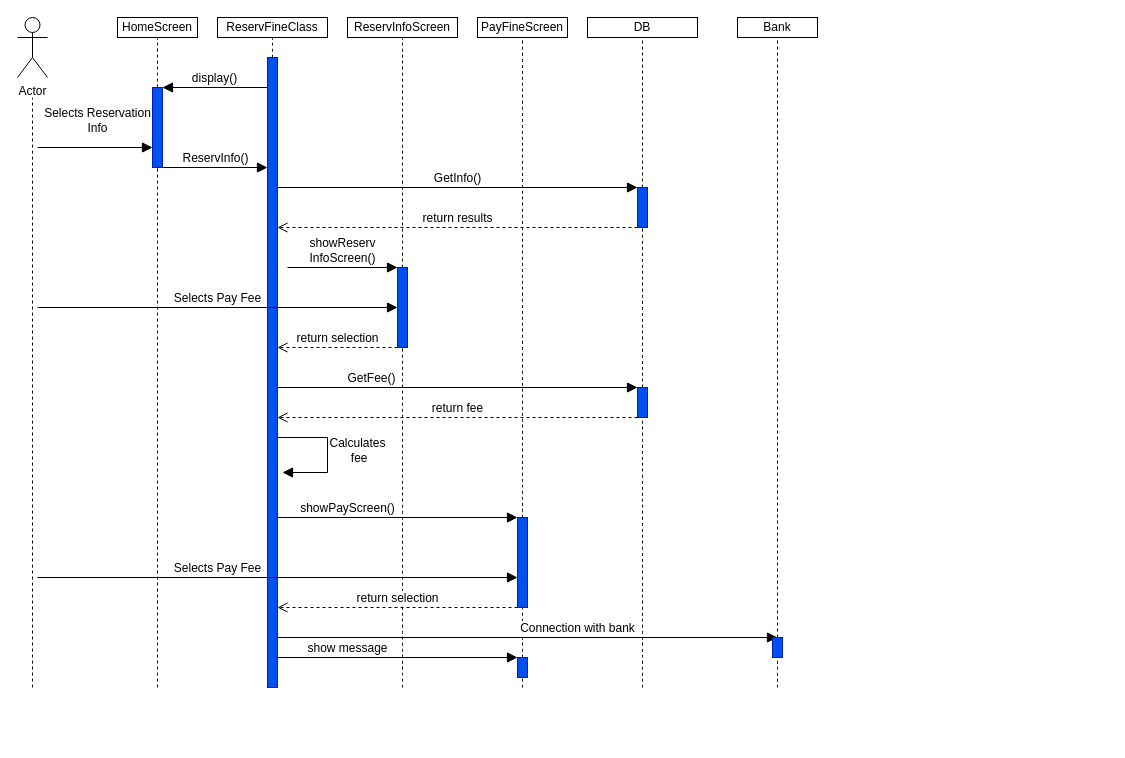
EliasPapagelis/Smart-Park-TL keeps this draw.io diagram as SEQUENCE/Reservation Fine sequence.drawio. Above is the earlier version. Source tidied: cells renumbered, new cells numbered last; positions are measured from the earlier drawing's top-left corner, leaving out a move shared by most shapes. Both pictures are drawn from the tidied source at 100%, with x=0, y=0 at pixel (17, 17).
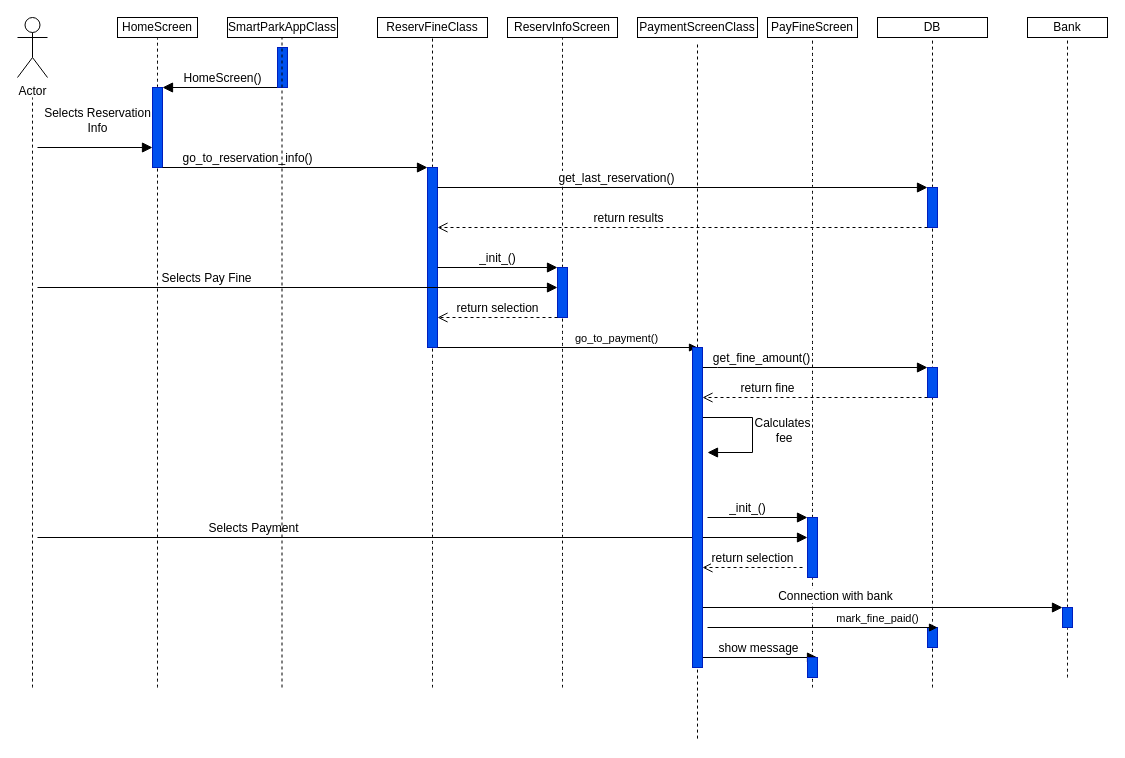
Above is the later version.

The change refers to these unchanged cells:
```xml
<mxCell id="15" style="html=1;points=[[0,0,0,0,5],[0,1,0,0,-5],[1,0,0,0,5],[1,1,0,0,-5]];perimeter=orthogonalPerimeter;outlineConnect=0;targetShapes=umlLifeline;portConstraint=eastwest;newEdgeStyle={&quot;curved&quot;:0,&quot;rounded&quot;:0};fillColor=#0050ef;fontColor=#ffffff;strokeColor=#001DBC;" parent="1" vertex="1">
  <mxGeometry x="135" y="70" width="10" height="80" as="geometry" />
</mxCell>
```

What changed in the source:
```diff
@@
     <mxCell id="7" value="ReservFineClass" style="rounded=0;whiteSpace=wrap;html=1;" parent="1" vertex="1">
-      <mxGeometry x="200" width="110" height="20" as="geometry" />
+      <mxGeometry x="360" width="110" height="20" as="geometry" />
     </mxCell>
@@
     <mxCell id="9" value="ReservInfoScreen" style="rounded=0;whiteSpace=wrap;html=1;" parent="1" vertex="1">
-      <mxGeometry x="330" width="110" height="20" as="geometry" />
+      <mxGeometry x="490" width="110" height="20" as="geometry" />
     </mxCell>
@@
     <mxCell id="11" value="PayFineScreen" style="rounded=0;whiteSpace=wrap;html=1;" parent="1" vertex="1">
-      <mxGeometry x="460" width="90" height="20" as="geometry" />
+      <mxGeometry x="750" width="90" height="20" as="geometry" />
     </mxCell>
@@
     <mxCell id="13" value="DB" style="rounded=0;whiteSpace=wrap;html=1;" parent="1" vertex="1">
-      <mxGeometry x="570" width="110" height="20" as="geometry" />
+      <mxGeometry x="860" width="110" height="20" as="geometry" />
     </mxCell>
@@
     <mxCell id="16" style="endArrow=none;dashed=1;html=1;rounded=0;fontSize=12;startSize=8;endSize=8;curved=1;" parent="1" edge="1" target="17">
       <mxGeometry relative="1" as="geometry">
-        <mxPoint x="255" y="670" as="sourcePoint" />
+        <mxPoint x="415" y="670" as="sourcePoint" />
       </mxGeometry>
     </mxCell>
     <mxCell id="17" style="html=1;points=[[0,0,0,0,5],[0,1,0,0,-5],[1,0,0,0,5],[1,1,0,0,-5]];perimeter=orthogonalPerimeter;outlineConnect=0;targetShapes=umlLifeline;portConstraint=eastwest;newEdgeStyle={&quot;curved&quot;:0,&quot;rounded&quot;:0};fillColor=#0050ef;fontColor=#ffffff;strokeColor=#001DBC;" parent="1" vertex="1">
-      <mxGeometry x="250" y="40" width="10" height="630" as="geometry" />
+      <mxGeometry x="410" y="150" width="10" height="180" as="geometry" />
     </mxCell>
     <mxCell id="18" style="endArrow=none;dashed=1;html=1;rounded=0;fontSize=12;startSize=8;endSize=8;curved=1;" parent="1" edge="1" target="19">
       <mxGeometry relative="1" as="geometry">
-        <mxPoint x="385" y="670" as="sourcePoint" />
+        <mxPoint x="545" y="670" as="sourcePoint" />
       </mxGeometry>
     </mxCell>
     <mxCell id="19" style="html=1;points=[[0,0,0,0,5],[0,1,0,0,-5],[1,0,0,0,5],[1,1,0,0,-5]];perimeter=orthogonalPerimeter;outlineConnect=0;targetShapes=umlLifeline;portConstraint=eastwest;newEdgeStyle={&quot;curved&quot;:0,&quot;rounded&quot;:0};fillColor=#0050ef;fontColor=#ffffff;strokeColor=#001DBC;" parent="1" vertex="1">
-      <mxGeometry x="380" y="250" width="10" height="80" as="geometry" />
+      <mxGeometry x="540" y="250" width="10" height="50" as="geometry" />
     </mxCell>
     <mxCell id="20" style="endArrow=none;dashed=1;html=1;rounded=0;fontSize=12;startSize=8;endSize=8;curved=1;" parent="1" edge="1" target="21">
       <mxGeometry relative="1" as="geometry">
-        <mxPoint x="505" y="670" as="sourcePoint" />
+        <mxPoint x="795" y="670" as="sourcePoint" />
       </mxGeometry>
     </mxCell>
     <mxCell id="21" style="html=1;points=[[0,0,0,0,5],[0,1,0,0,-5],[1,0,0,0,5],[1,1,0,0,-5]];perimeter=orthogonalPerimeter;outlineConnect=0;targetShapes=umlLifeline;portConstraint=eastwest;newEdgeStyle={&quot;curved&quot;:0,&quot;rounded&quot;:0};fillColor=#0050ef;fontColor=#ffffff;strokeColor=#001DBC;" parent="1" vertex="1">
-      <mxGeometry x="500" y="500" width="10" height="90" as="geometry" />
+      <mxGeometry x="790" y="500" width="10" height="60" as="geometry" />
     </mxCell>
-    <mxCell id="22" style="endArrow=none;dashed=1;html=1;rounded=0;fontSize=12;startSize=8;endSize=8;curved=1;" parent="1" edge="1" target="23">
-      <mxGeometry relative="1" as="geometry">
-        <mxPoint x="625" y="670" as="sourcePoint" />
-      </mxGeometry>
+    <mxCell id="22" style="endArrow=none;dashed=1;html=1;rounded=0;fontSize=12;startSize=8;endSize=8;curved=1;" parent="1" edge="1" source="55" target="23">
+      <mxGeometry relative="1" as="geometry" />
     </mxCell>
     <mxCell id="23" style="html=1;points=[[0,0,0,0,5],[0,1,0,0,-5],[1,0,0,0,5],[1,1,0,0,-5]];perimeter=orthogonalPerimeter;outlineConnect=0;targetShapes=umlLifeline;portConstraint=eastwest;newEdgeStyle={&quot;curved&quot;:0,&quot;rounded&quot;:0};fillColor=#0050ef;fontColor=#ffffff;strokeColor=#001DBC;" parent="1" vertex="1">
-      <mxGeometry x="620" y="170" width="10" height="40" as="geometry" />
+      <mxGeometry x="910" y="170" width="10" height="40" as="geometry" />
     </mxCell>
@@
-    <mxCell id="25" value="display()" style="html=1;verticalAlign=bottom;endArrow=block;curved=0;rounded=0;fontSize=12;startSize=8;endSize=8;entryX=1;entryY=0;entryDx=0;entryDy=0;entryPerimeter=0;" parent="1" edge="1" target="15">
-      <mxGeometry relative="1" as="geometry">
-        <mxPoint x="250" y="70" as="sourcePoint" />
+    <mxCell id="25" value="HomeScreen()" style="html=1;verticalAlign=bottom;endArrow=block;curved=0;rounded=0;fontSize=12;startSize=8;endSize=8;entryX=1;entryY=0;entryDx=0;entryDy=0;entryPerimeter=0;" parent="1" edge="1" target="15">
+      <mxGeometry x="-0.05" relative="1" as="geometry">
+        <mxPoint x="260" y="70" as="sourcePoint" />
       </mxGeometry>
     </mxCell>
-    <mxCell id="26" value="ReservInfo()" style="html=1;verticalAlign=bottom;endArrow=block;curved=0;rounded=0;fontSize=12;startSize=8;endSize=8;" parent="1" edge="1" target="17">
-      <mxGeometry relative="1" as="geometry">
+    <mxCell id="26" value="go_to_reservation_info()" style="html=1;verticalAlign=bottom;endArrow=block;curved=0;rounded=0;fontSize=12;startSize=8;endSize=8;" parent="1" edge="1" target="17">
+      <mxGeometry x="-0.36" relative="1" as="geometry">
         <mxPoint x="145" y="150" as="sourcePoint" />
       </mxGeometry>
     </mxCell>
-    <mxCell id="27" value="GetInfo()" style="html=1;verticalAlign=bottom;endArrow=block;curved=0;rounded=0;fontSize=12;startSize=8;endSize=8;" parent="1" edge="1" target="23">
-      <mxGeometry relative="1" as="geometry">
-        <mxPoint x="260" y="170" as="sourcePoint" />
+    <mxCell id="27" value="get_last_reservation()" style="html=1;verticalAlign=bottom;endArrow=block;curved=0;rounded=0;fontSize=12;startSize=8;endSize=8;" parent="1" edge="1" target="23">
+      <mxGeometry x="-0.27" relative="1" as="geometry">
+        <mxPoint x="420" y="170" as="sourcePoint" />
       </mxGeometry>
     </mxCell>
-    <mxCell id="28" value="return results" style="html=1;verticalAlign=bottom;endArrow=open;dashed=1;endSize=8;curved=0;rounded=0;fontSize=12;" parent="1" edge="1">
-      <mxGeometry relative="1" as="geometry">
-        <mxPoint x="620" y="210" as="sourcePoint" />
-        <mxPoint x="260" y="210" as="targetPoint" />
+    <mxCell id="28" value="return results" style="html=1;verticalAlign=bottom;endArrow=open;dashed=1;endSize=8;curved=0;rounded=0;fontSize=12;" parent="1" edge="1" source="23">
+      <mxGeometry x="0.22" relative="1" as="geometry">
+        <mxPoint x="420" y="210" as="targetPoint" />
       </mxGeometry>
     </mxCell>
-    <mxCell id="29" value="showReserv&lt;div&gt;InfoScreen()&lt;/div&gt;" style="html=1;verticalAlign=bottom;endArrow=block;curved=0;rounded=0;fontSize=12;startSize=8;endSize=8;" parent="1" edge="1" target="19">
-      <mxGeometry relative="1" as="geometry">
-        <mxPoint x="270" y="250" as="sourcePoint" />
-      </mxGeometry>
+    <mxCell id="29" value="&lt;div&gt;_init_()&lt;/div&gt;" style="html=1;verticalAlign=bottom;endArrow=block;curved=0;rounded=0;fontSize=12;startSize=8;endSize=8;" parent="1" edge="1" source="17" target="19">
+      <mxGeometry relative="1" as="geometry" />
     </mxCell>
-    <mxCell id="30" value="Selects Pay Fee" style="html=1;verticalAlign=bottom;endArrow=block;curved=0;rounded=0;fontSize=12;startSize=8;endSize=8;" parent="1" edge="1" target="19">
-      <mxGeometry relative="1" as="geometry">
-        <mxPoint x="20" y="290" as="sourcePoint" />
+    <mxCell id="30" value="Selects Pay Fine" style="html=1;verticalAlign=bottom;endArrow=block;curved=0;rounded=0;fontSize=12;startSize=8;endSize=8;" parent="1" edge="1">
+      <mxGeometry x="-0.35" relative="1" as="geometry">
+        <mxPoint x="20" y="270" as="sourcePoint" />
+        <mxPoint x="540" y="270" as="targetPoint" />
       </mxGeometry>
     </mxCell>
     <mxCell id="31" style="html=1;points=[[0,0,0,0,5],[0,1,0,0,-5],[1,0,0,0,5],[1,1,0,0,-5]];perimeter=orthogonalPerimeter;outlineConnect=0;targetShapes=umlLifeline;portConstraint=eastwest;newEdgeStyle={&quot;curved&quot;:0,&quot;rounded&quot;:0};fillColor=#0050ef;fontColor=#ffffff;strokeColor=#001DBC;" parent="1" vertex="1">
-      <mxGeometry x="620" y="370" width="10" height="30" as="geometry" />
+      <mxGeometry x="910" y="350" width="10" height="30" as="geometry" />
     </mxCell>
-    <mxCell id="32" value="GetFee()" style="html=1;verticalAlign=bottom;endArrow=block;curved=0;rounded=0;fontSize=12;startSize=8;endSize=8;" parent="1" edge="1" source="17" target="31">
-      <mxGeometry x="-0.48" relative="1" as="geometry" />
+    <mxCell id="32" value="get_fine_amount()" style="html=1;verticalAlign=bottom;endArrow=block;curved=0;rounded=0;fontSize=12;startSize=8;endSize=8;" parent="1" edge="1">
+      <mxGeometry x="-0.48" relative="1" as="geometry">
+        <mxPoint x="685" y="350" as="sourcePoint" />
+        <mxPoint x="910" y="350" as="targetPoint" />
+        <Array as="points">
+          <mxPoint x="700" y="350" />
+        </Array>
+      </mxGeometry>
     </mxCell>
-    <mxCell id="33" value="return selection" style="html=1;verticalAlign=bottom;endArrow=open;dashed=1;endSize=8;curved=0;rounded=0;fontSize=12;" parent="1" edge="1" target="17">
+    <mxCell id="33" value="return selection" style="html=1;verticalAlign=bottom;endArrow=open;dashed=1;endSize=8;curved=0;rounded=0;fontSize=12;" parent="1" edge="1">
       <mxGeometry relative="1" as="geometry">
-        <mxPoint x="380" y="330" as="sourcePoint" />
+        <mxPoint x="540" y="300" as="sourcePoint" />
+        <mxPoint x="420" y="300" as="targetPoint" />
       </mxGeometry>
     </mxCell>
-    <mxCell id="34" value="return fee" style="html=1;verticalAlign=bottom;endArrow=open;dashed=1;endSize=8;curved=0;rounded=0;fontSize=12;" parent="1" edge="1">
-      <mxGeometry relative="1" as="geometry">
-        <mxPoint x="620" y="400" as="sourcePoint" />
-        <mxPoint x="260" y="400" as="targetPoint" />
+    <mxCell id="34" value="return fine" style="html=1;verticalAlign=bottom;endArrow=open;dashed=1;endSize=8;curved=0;rounded=0;fontSize=12;" parent="1" edge="1" target="53">
+      <mxGeometry x="0.42" relative="1" as="geometry">
+        <mxPoint x="910" y="380" as="sourcePoint" />
       </mxGeometry>
     </mxCell>
     <mxCell id="35" value="Calculates&lt;div&gt;&amp;nbsp;fee&lt;/div&gt;" style="html=1;verticalAlign=bottom;endArrow=block;curved=0;rounded=0;fontSize=12;startSize=8;endSize=8;" parent="1" edge="1">
       <mxGeometry x="0.23" y="30" relative="1" as="geometry">
-        <mxPoint x="260" y="420" as="sourcePoint" />
-        <mxPoint x="265" y="455" as="targetPoint" />
+        <mxPoint x="685" y="400" as="sourcePoint" />
+        <mxPoint x="690" y="435" as="targetPoint" />
         <Array as="points">
-          <mxPoint x="310" y="420" />
-          <mxPoint x="310" y="455" />
+          <mxPoint x="735" y="400" />
+          <mxPoint x="735" y="435" />
         </Array>
       </mxGeometry>
     </mxCell>
-    <mxCell id="36" value="showPayScreen&lt;span style=&quot;background-color: light-dark(#ffffff, var(--ge-dark-color, #121212)); color: light-dark(rgb(0, 0, 0), rgb(255, 255, 255));&quot;&gt;()&lt;/span&gt;" style="html=1;verticalAlign=bottom;endArrow=block;curved=0;rounded=0;fontSize=12;startSize=8;endSize=8;" parent="1" edge="1" target="21">
-      <mxGeometry x="-0.42" relative="1" as="geometry">
-        <mxPoint x="260" y="500" as="sourcePoint" />
+    <mxCell id="36" value="&lt;span style=&quot;background-color: light-dark(#ffffff, var(--ge-dark-color, #121212)); color: light-dark(rgb(0, 0, 0), rgb(255, 255, 255));&quot;&gt;_init_()&lt;/span&gt;" style="html=1;verticalAlign=bottom;endArrow=block;curved=0;rounded=0;fontSize=12;startSize=8;endSize=8;" parent="1" edge="1" target="21">
+      <mxGeometry x="-0.2" relative="1" as="geometry">
+        <mxPoint x="690" y="500" as="sourcePoint" />
       </mxGeometry>
     </mxCell>
-    <mxCell id="37" value="Selects Pay Fee" style="html=1;verticalAlign=bottom;endArrow=block;curved=0;rounded=0;fontSize=12;startSize=8;endSize=8;" parent="1" edge="1" target="21">
-      <mxGeometry x="-0.25" relative="1" as="geometry">
-        <mxPoint x="20" y="560" as="sourcePoint" />
+    <mxCell id="37" value="Selects Payment" style="html=1;verticalAlign=bottom;endArrow=block;curved=0;rounded=0;fontSize=12;startSize=8;endSize=8;" parent="1" edge="1">
+      <mxGeometry x="-0.44" relative="1" as="geometry">
+        <mxPoint x="20" y="520" as="sourcePoint" />
+        <mxPoint x="790" y="520" as="targetPoint" />
       </mxGeometry>
     </mxCell>
-    <mxCell id="38" value="return selection" style="html=1;verticalAlign=bottom;endArrow=open;dashed=1;endSize=8;curved=0;rounded=0;fontSize=12;" parent="1" edge="1" source="21">
+    <mxCell id="38" value="return selection" style="html=1;verticalAlign=bottom;endArrow=open;dashed=1;endSize=8;curved=0;rounded=0;fontSize=12;" parent="1" edge="1">
       <mxGeometry relative="1" as="geometry">
-        <mxPoint x="260" y="590" as="targetPoint" />
+        <mxPoint x="785" y="550" as="sourcePoint" />
+        <mxPoint x="685" y="550" as="targetPoint" />
       </mxGeometry>
     </mxCell>
@@
     <mxCell id="40" value="Bank" style="rounded=0;whiteSpace=wrap;html=1;" parent="1" vertex="1">
-      <mxGeometry x="720" width="80" height="20" as="geometry" />
+      <mxGeometry x="1010" width="80" height="20" as="geometry" />
     </mxCell>
-    <mxCell id="41" value="Connection with bank" style="html=1;verticalAlign=bottom;endArrow=block;curved=0;rounded=0;fontSize=12;startSize=8;endSize=8;" parent="1" edge="1">
-      <mxGeometry x="0.2" relative="1" as="geometry">
-        <mxPoint x="260" y="620" as="sourcePoint" />
-        <mxPoint x="760" y="620" as="targetPoint" />
+    <mxCell id="41" value="Connection with bank" style="html=1;verticalAlign=bottom;endArrow=block;curved=0;rounded=0;fontSize=12;startSize=8;endSize=8;entryX=0;entryY=0;entryDx=0;entryDy=5;entryPerimeter=0;" parent="1" edge="1">
+      <mxGeometry x="-0.26" y="2" relative="1" as="geometry">
+        <mxPoint x="685" y="590" as="sourcePoint" />
+        <mxPoint x="1045" y="590" as="targetPoint" />
       </mxGeometry>
     </mxCell>
     <mxCell id="42" style="endArrow=none;dashed=1;html=1;rounded=0;fontSize=12;startSize=8;endSize=8;curved=1;" parent="1" edge="1" target="43">
       <mxGeometry relative="1" as="geometry">
-        <mxPoint x="760" y="670" as="sourcePoint" />
+        <mxPoint x="1050" y="660" as="sourcePoint" />
       </mxGeometry>
     </mxCell>
     <mxCell id="43" style="html=1;points=[[0,0,0,0,5],[0,1,0,0,-5],[1,0,0,0,5],[1,1,0,0,-5]];perimeter=orthogonalPerimeter;outlineConnect=0;targetShapes=umlLifeline;portConstraint=eastwest;newEdgeStyle={&quot;curved&quot;:0,&quot;rounded&quot;:0};fillColor=#0050ef;fontColor=#ffffff;strokeColor=#001DBC;" parent="1" vertex="1">
-      <mxGeometry x="755" y="620" width="10" height="20" as="geometry" />
+      <mxGeometry x="1045" y="590" width="10" height="20" as="geometry" />
     </mxCell>
-    <mxCell id="44" value="show message" style="html=1;verticalAlign=bottom;endArrow=block;curved=0;rounded=0;fontSize=12;startSize=8;endSize=8;" parent="1" edge="1">
-      <mxGeometry x="-0.42" relative="1" as="geometry">
-        <mxPoint x="260" y="640" as="sourcePoint" />
-        <mxPoint x="500" y="640" as="targetPoint" />
+    <mxCell id="44" value="show message" style="html=1;verticalAlign=bottom;endArrow=block;curved=0;rounded=0;fontSize=12;startSize=8;endSize=8;" parent="1" edge="1" source="53">
+      <mxGeometry x="-0.04" relative="1" as="geometry">
+        <mxPoint x="800" y="640" as="targetPoint" />
+        <mxPoint x="1" as="offset" />
       </mxGeometry>
     </mxCell>
     <mxCell id="45" style="html=1;perimeter=orthogonalPerimeter;targetShapes=umlLifeline;newEdgeStyle={&quot;curved&quot;:0,&quot;rounded&quot;:0};fillColor=#0050ef;fontColor=#ffffff;strokeColor=#001DBC;" parent="1" vertex="1">
-      <mxGeometry x="500" y="640" width="10" height="20" as="geometry" />
+      <mxGeometry x="790" y="640" width="10" height="20" as="geometry" />
     </mxCell>
+    <mxCell id="46" value="SmartParkAppClass" style="html=1;whiteSpace=wrap;" parent="1" vertex="1">
+      <mxGeometry x="210" width="110" height="20" as="geometry" />
+    </mxCell>
+    <mxCell id="47" style="html=1;perimeter=orthogonalPerimeter;targetShapes=umlLifeline;newEdgeStyle={&quot;curved&quot;:0,&quot;rounded&quot;:0};fillColor=#0050ef;fontColor=#ffffff;strokeColor=#001DBC;" parent="1" vertex="1">
+      <mxGeometry x="260" y="30" width="10" height="40" as="geometry" />
+    </mxCell>
+    <mxCell id="48" style="endArrow=none;dashed=1;html=1;rounded=0;" parent="1" edge="1">
+      <mxGeometry relative="1" as="geometry">
+        <mxPoint x="264.5" y="670" as="sourcePoint" />
+        <mxPoint x="264.5" y="20" as="targetPoint" />
+      </mxGeometry>
+    </mxCell>
+    <mxCell id="49" value="PaymentScreenClass" style="rounded=0;whiteSpace=wrap;html=1;" parent="1" vertex="1">
+      <mxGeometry x="620" width="120" height="20" as="geometry" />
+    </mxCell>
+    <mxCell id="50" style="endArrow=none;dashed=1;html=1;rounded=0;" parent="1" edge="1" source="53">
+      <mxGeometry relative="1" as="geometry">
+        <mxPoint x="680" y="25" as="targetPoint" />
+      </mxGeometry>
+    </mxCell>
+    <mxCell id="51" value="go_to_payment()" style="html=1;verticalAlign=bottom;endArrow=block;curved=0;rounded=0;" parent="1" edge="1">
+      <mxGeometry x="0.38" relative="1" as="geometry">
+        <mxPoint x="420" y="330" as="sourcePoint" />
+        <mxPoint x="680" y="330" as="targetPoint" />
+      </mxGeometry>
+    </mxCell>
+    <mxCell id="52" style="endArrow=none;dashed=1;html=1;rounded=0;" parent="1" edge="1" target="53">
+      <mxGeometry relative="1" as="geometry">
+        <mxPoint x="680" y="721.1" as="sourcePoint" />
+      </mxGeometry>
+    </mxCell>
+    <mxCell id="53" style="html=1;points=[[0,0,0,0,5],[0,1,0,0,-5],[1,0,0,0,5],[1,1,0,0,-5]];perimeter=orthogonalPerimeter;outlineConnect=0;targetShapes=umlLifeline;portConstraint=eastwest;newEdgeStyle={&quot;curved&quot;:0,&quot;rounded&quot;:0};fillColor=#0050ef;fontColor=#ffffff;strokeColor=#001DBC;" parent="1" vertex="1">
+      <mxGeometry x="675" y="330" width="10" height="320" as="geometry" />
+    </mxCell>
+    <mxCell id="54" style="endArrow=none;dashed=1;html=1;rounded=0;fontSize=12;startSize=8;endSize=8;curved=1;" parent="1" edge="1" target="55">
+      <mxGeometry relative="1" as="geometry">
+        <mxPoint x="915" y="670" as="sourcePoint" />
+      </mxGeometry>
+    </mxCell>
+    <mxCell id="55" style="html=1;points=[[0,0,0,0,5],[0,1,0,0,-5],[1,0,0,0,5],[1,1,0,0,-5]];perimeter=orthogonalPerimeter;outlineConnect=0;targetShapes=umlLifeline;portConstraint=eastwest;newEdgeStyle={&quot;curved&quot;:0,&quot;rounded&quot;:0};fillColor=#0050ef;fontColor=#ffffff;strokeColor=#001DBC;" parent="1" vertex="1">
+      <mxGeometry x="910" y="610" width="10" height="20" as="geometry" />
+    </mxCell>
+    <mxCell id="56" value="mark_fine_paid()" style="html=1;verticalAlign=bottom;endArrow=block;curved=0;rounded=0;" parent="1" edge="1">
+      <mxGeometry x="0.48" relative="1" as="geometry">
+        <mxPoint x="690" y="610" as="sourcePoint" />
+        <mxPoint x="920" y="610" as="targetPoint" />
+      </mxGeometry>
+    </mxCell>
```
